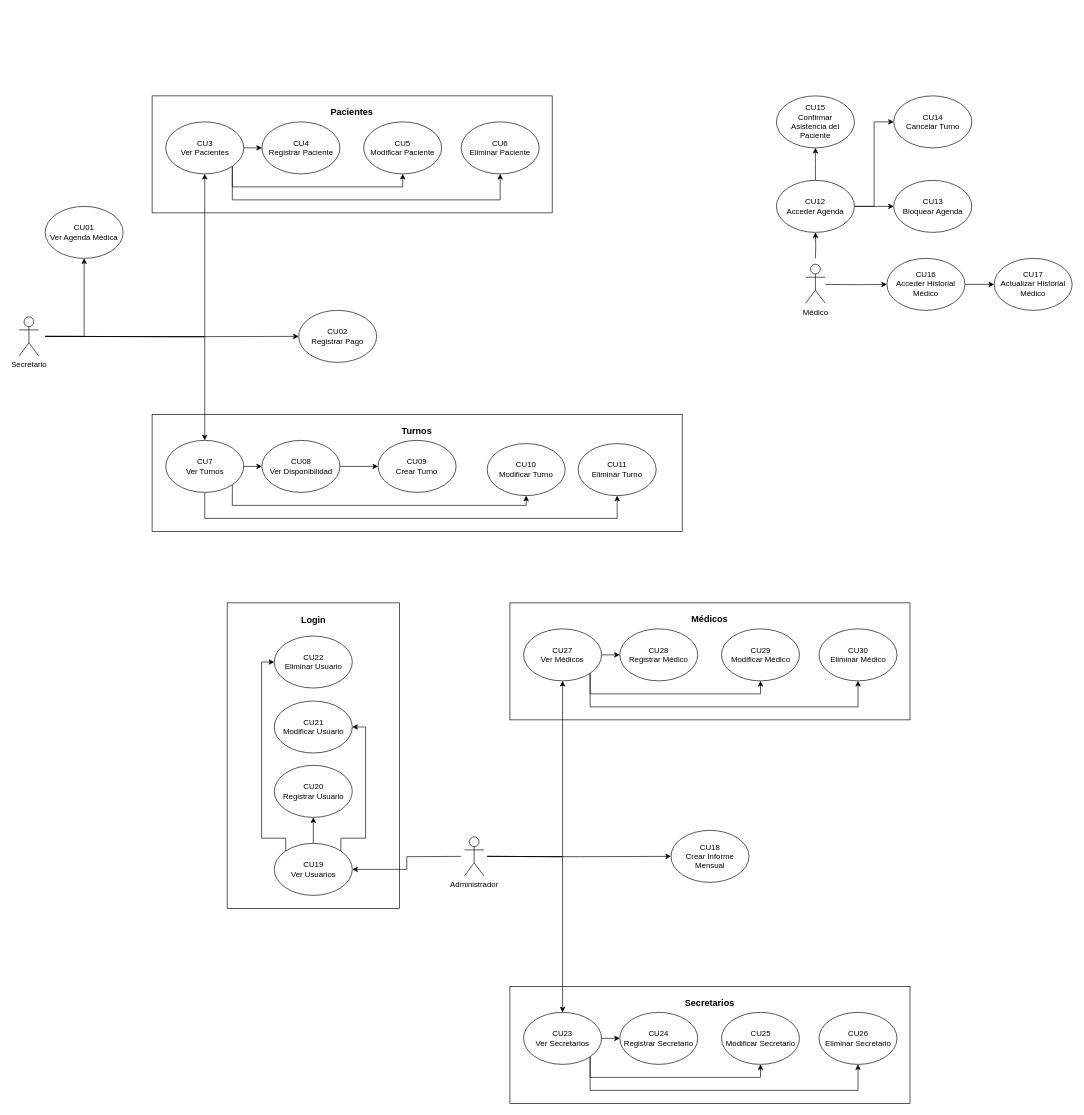
Before: Documentos/Diagramas/Diagrama Casos de Usos.drawio in JBBallini/Policonsultorio-Medico, a draw.io diagram. Source tidied: cells renumbered, new cells numbered last; positions are measured from the earlier drawing's top-left corner, leaving out a move shared by most shapes. Both pictures are drawn from the tidied source at 65%, with x=0, y=0 at pixel (19, 96).
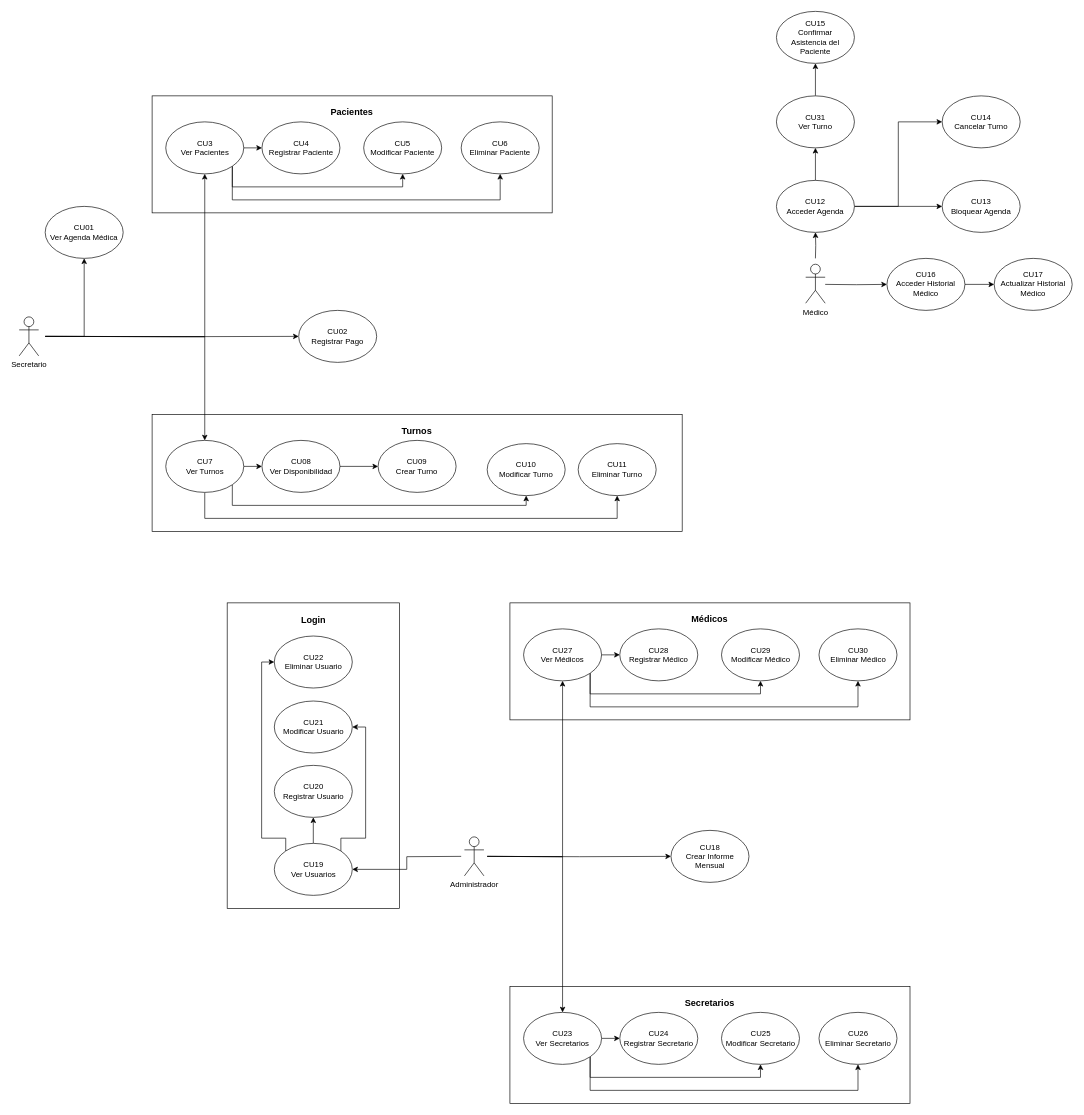
The same diagram, later.

Commit message (it also covers changes not shown here):
Actualizacion Diagramas

Unchanged cells that the change refers to:
```xml
<mxCell id="31" style="ellipse;whiteSpace=wrap;html=1;" parent="1" vertex="1">
  <mxGeometry x="1165" y="130" width="120" height="80" as="geometry" />
</mxCell>
```

Change to the diagram source:
```diff
@@
-    <mxCell id="29" style="edgeStyle=orthogonalEdgeStyle;rounded=0;jettySize=auto;html=1;exitX=0.5;exitY=0;exitDx=0;exitDy=0;" parent="1" edge="1" source="31">
-      <mxGeometry relative="1" as="geometry">
-        <mxPoint x="1225" y="80" as="targetPoint" />
-      </mxGeometry>
-    </mxCell>
@@
+    <mxCell id="105" style="edgeStyle=orthogonalEdgeStyle;rounded=0;jettySize=auto;html=1;exitX=0.5;exitY=0;exitDx=0;exitDy=0;entryX=0.5;entryY=1;entryDx=0;entryDy=0;" parent="1" edge="1" source="31" target="107">
+      <mxGeometry relative="1" as="geometry" />
+    </mxCell>
@@
     <mxCell id="33" style="ellipse;whiteSpace=wrap;html=1;" parent="1" vertex="1">
-      <mxGeometry x="1345.5" width="120" height="80" as="geometry" />
+      <mxGeometry x="1420" width="120" height="80" as="geometry" />
     </mxCell>
     <mxCell id="34" value="CU14&lt;div&gt;Cancelar Turno&lt;/div&gt;" style="text;html=1;align=center;verticalAlign=middle;whiteSpace=wrap;rounded=0;" parent="1" vertex="1">
-      <mxGeometry x="1350.5" y="25" width="110" height="30" as="geometry" />
+      <mxGeometry x="1425" y="25" width="110" height="30" as="geometry" />
     </mxCell>
@@
     <mxCell id="97" style="ellipse;whiteSpace=wrap;html=1;" parent="1" vertex="1">
-      <mxGeometry x="1165" width="120" height="80" as="geometry" />
+      <mxGeometry x="1165" y="-130" width="120" height="80" as="geometry" />
     </mxCell>
     <mxCell id="98" value="CU15&lt;br&gt;Confirmar Asistencia del Paciente" style="text;html=1;align=center;verticalAlign=middle;whiteSpace=wrap;rounded=0;" parent="1" vertex="1">
-      <mxGeometry x="1175" y="25" width="100" height="30" as="geometry" />
+      <mxGeometry x="1175" y="-105" width="100" height="30" as="geometry" />
     </mxCell>
@@
     <mxCell id="103" style="ellipse;whiteSpace=wrap;html=1;" parent="1" vertex="1">
-      <mxGeometry x="1345.5" y="130" width="120" height="80" as="geometry" />
+      <mxGeometry x="1420" y="130" width="120" height="80" as="geometry" />
     </mxCell>
     <mxCell id="104" value="CU13&lt;div&gt;Bloquear Agenda&lt;/div&gt;" style="text;html=1;align=center;verticalAlign=middle;whiteSpace=wrap;rounded=0;" parent="1" vertex="1">
-      <mxGeometry x="1350.5" y="155" width="110" height="30" as="geometry" />
+      <mxGeometry x="1425" y="155" width="110" height="30" as="geometry" />
     </mxCell>
+    <mxCell id="106" style="edgeStyle=orthogonalEdgeStyle;rounded=0;jettySize=auto;html=1;exitX=0.5;exitY=0;exitDx=0;exitDy=0;entryX=0.5;entryY=1;entryDx=0;entryDy=0;" parent="1" edge="1" source="107" target="97">
+      <mxGeometry relative="1" as="geometry" />
+    </mxCell>
+    <mxCell id="107" style="ellipse;whiteSpace=wrap;html=1;" parent="1" vertex="1">
+      <mxGeometry x="1165" width="120" height="80" as="geometry" />
+    </mxCell>
+    <mxCell id="108" value="CU31&lt;br&gt;Ver Turno" style="text;html=1;align=center;verticalAlign=middle;whiteSpace=wrap;rounded=0;" parent="1" vertex="1">
+      <mxGeometry x="1175" y="25" width="100" height="30" as="geometry" />
+    </mxCell>
```
